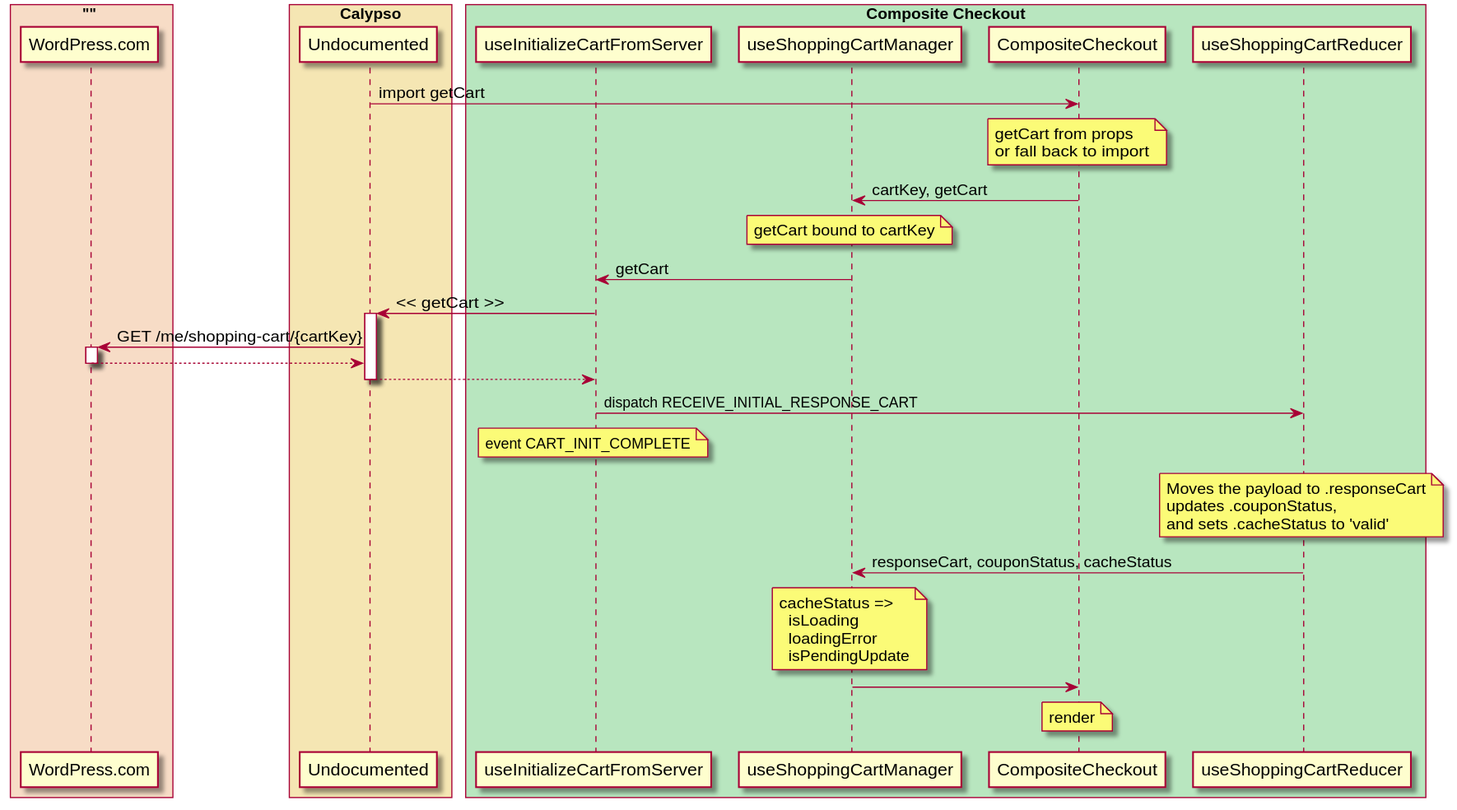
Above: client/my-sites/checkout/docs/get-cart.svg in younessomlk/wp-caly (PlantUML), before the change.
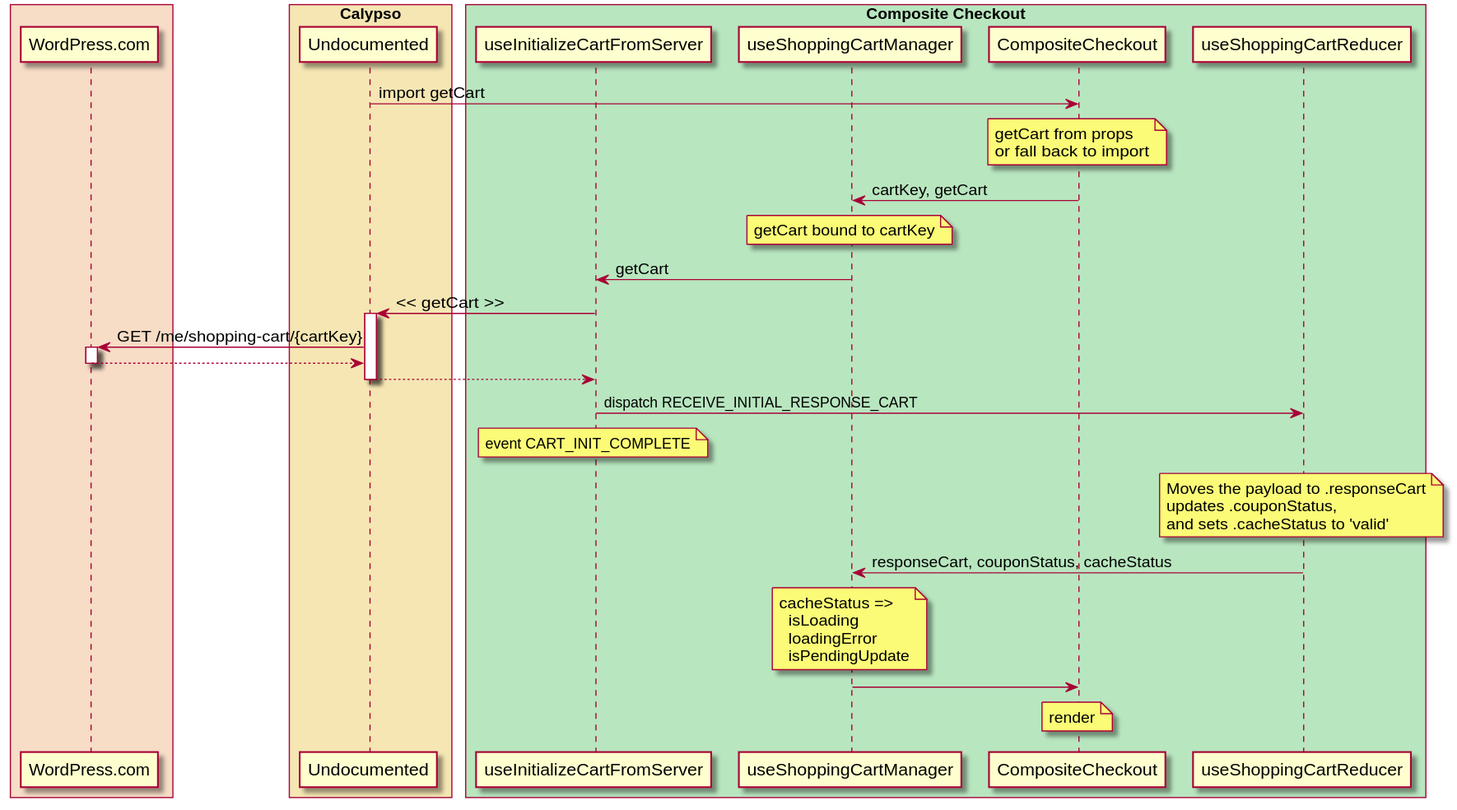
After the commit.

The edit, as a diff of the source:
```diff
@@ -4,7 +4,7 @@
 skinparam ParticipantPadding 5
 skinparam BoxPadding 5
 
-box "" #f7dcc6
+box " " #f7dcc6
   participant WordPress.com
 end box
 box "Calypso" #f5e6b3
```
